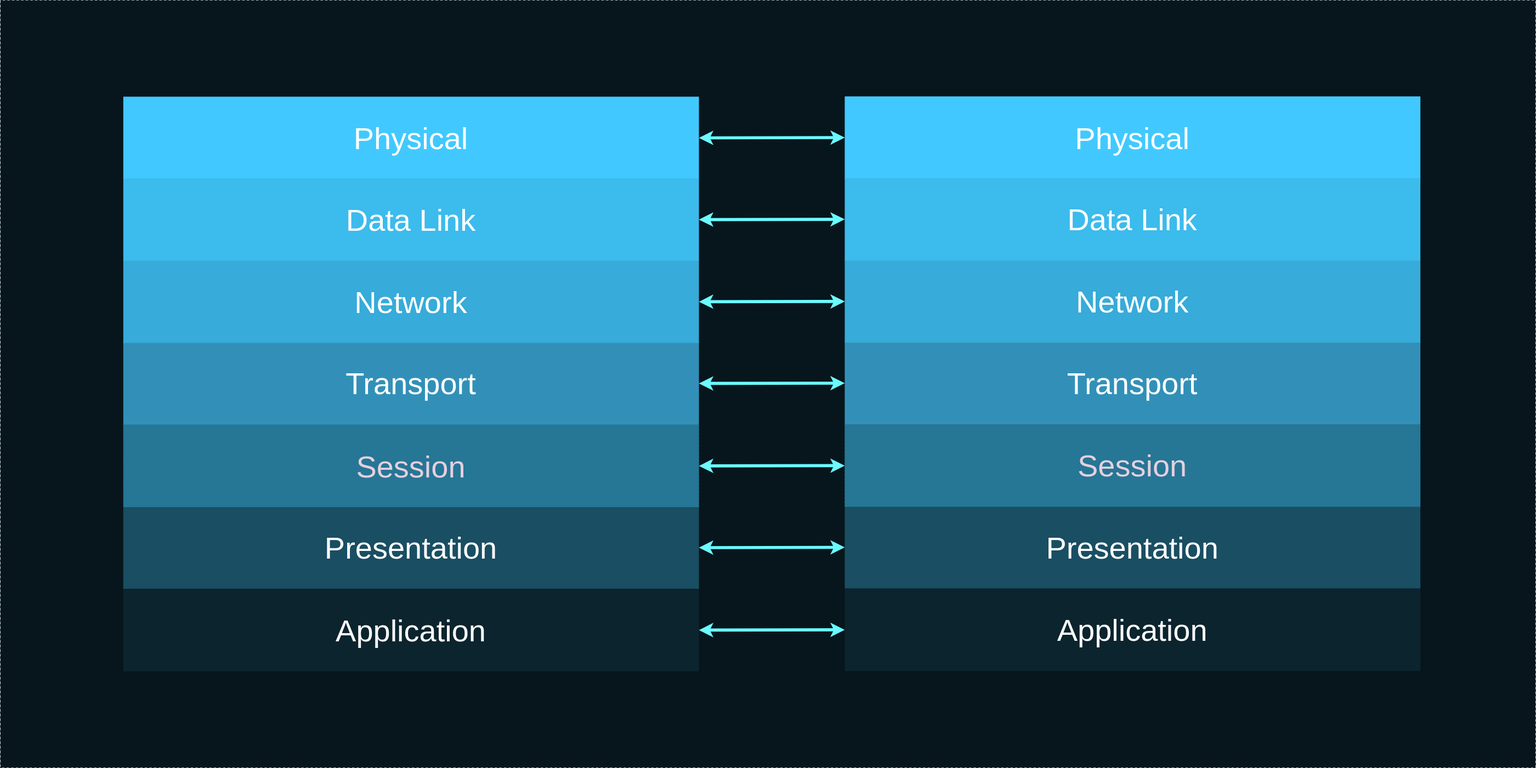
This is deck/ru/diagrams/caOSI1.svg from AlexanderLapygin/ca-react-rest-api-starter, a draw.io export, as it was before one commit. Source tidied: cells renumbered, new cells last; positions are measured from the earlier drawing's top-left corner, leaving out a move shared by most shapes.
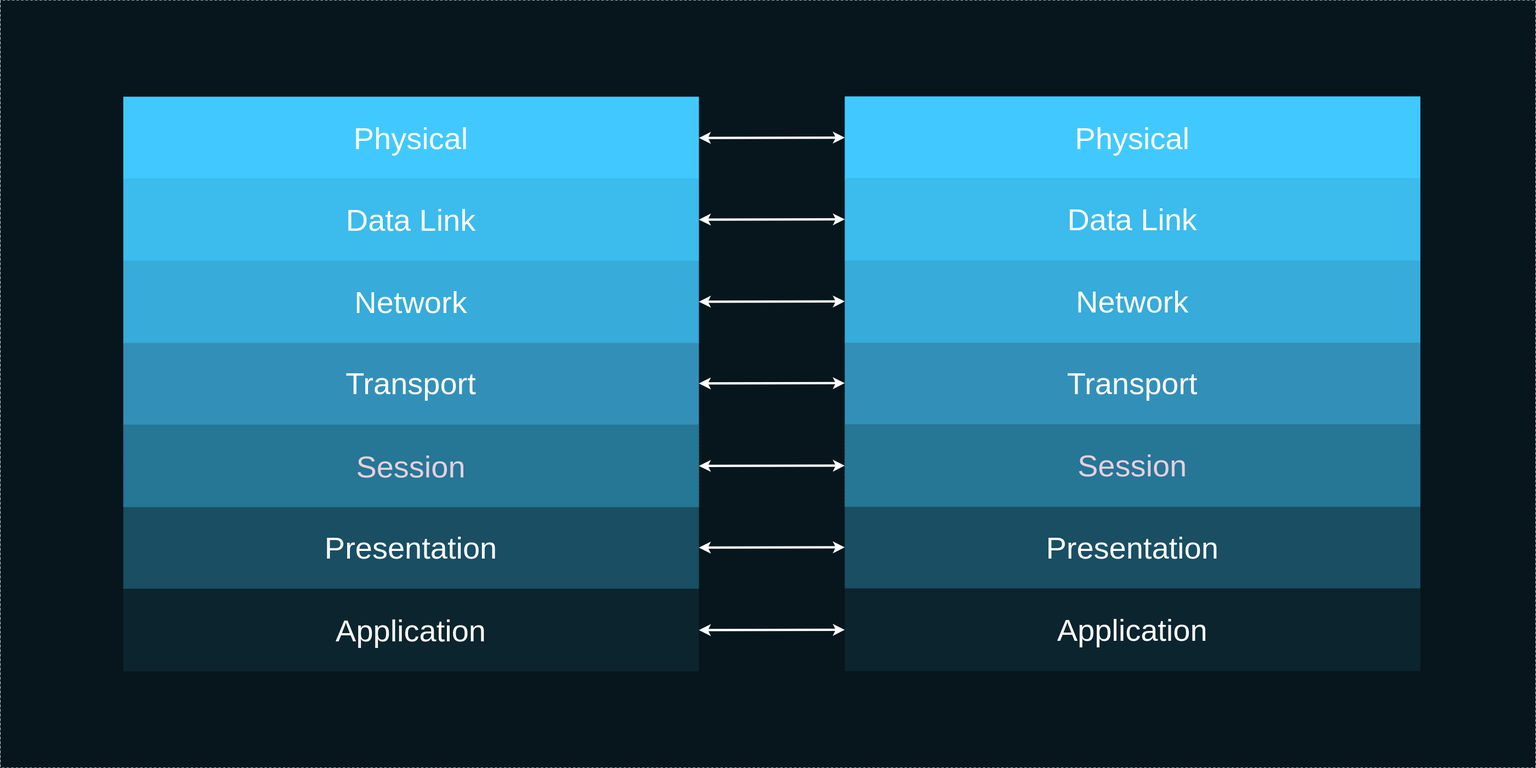
The same file after the commit.

What changed in the source:
```diff
@@ -65,25 +65,25 @@
     <mxCell id="22" value="&lt;font color=&quot;#ffffff&quot;&gt;Data Link&lt;/font&gt;" style="rounded=0;whiteSpace=wrap;html=1;dashed=1;dashPattern=1 4;labelBackgroundColor=none;fillColor=#3CBBED;fontSize=40;fontColor=#0C242E;strokeColor=none;" parent="14" vertex="1">
       <mxGeometry y="106.5" width="750" height="107.5" as="geometry" />
     </mxCell>
-    <mxCell id="23" style="endArrow=classic;startArrow=classic;html=1;strokeColor=#6BFAFF;strokeWidth=4;fontSize=40;fontColor=#FFFFFF;entryX=0;entryY=0.5;entryDx=0;entryDy=0;exitX=1;exitY=0.5;exitDx=0;exitDy=0;rounded=0;" parent="1" edge="1" source="10" target="20">
+    <mxCell id="23" style="endArrow=classic;startArrow=classic;html=1;strokeColor=#FFFFFF;strokeWidth=3;fontSize=40;fontColor=#FFFFFF;entryX=0;entryY=0.5;entryDx=0;entryDy=0;exitX=1;exitY=0.5;exitDx=0;exitDy=0;rounded=0;" parent="1" edge="1" source="10" target="20">
       <mxGeometry relative="1" as="geometry" />
     </mxCell>
-    <mxCell id="24" style="endArrow=classic;startArrow=classic;html=1;strokeColor=#6BFAFF;strokeWidth=4;fontSize=40;fontColor=#FFFFFF;entryX=0;entryY=0.5;entryDx=0;entryDy=0;exitX=1;exitY=0.5;exitDx=0;exitDy=0;rounded=0;" parent="1" edge="1" source="5" target="15">
+    <mxCell id="24" style="endArrow=classic;startArrow=classic;html=1;strokeColor=#FFFFFF;strokeWidth=3;fontSize=40;fontColor=#FFFFFF;entryX=0;entryY=0.5;entryDx=0;entryDy=0;exitX=1;exitY=0.5;exitDx=0;exitDy=0;rounded=0;" parent="1" edge="1" source="5" target="15">
       <mxGeometry relative="1" as="geometry" />
     </mxCell>
-    <mxCell id="25" style="endArrow=classic;startArrow=classic;html=1;strokeColor=#6BFAFF;strokeWidth=4;fontSize=40;fontColor=#FFFFFF;entryX=0;entryY=0.5;entryDx=0;entryDy=0;exitX=1;exitY=0.5;exitDx=0;exitDy=0;rounded=0;" parent="1" edge="1" source="9" target="19">
+    <mxCell id="25" style="endArrow=classic;startArrow=classic;html=1;strokeColor=#FFFFFF;strokeWidth=3;fontSize=40;fontColor=#FFFFFF;entryX=0;entryY=0.5;entryDx=0;entryDy=0;exitX=1;exitY=0.5;exitDx=0;exitDy=0;rounded=0;" parent="1" edge="1" source="9" target="19">
       <mxGeometry relative="1" as="geometry" />
     </mxCell>
-    <mxCell id="26" style="endArrow=classic;startArrow=classic;html=1;strokeColor=#6BFAFF;strokeWidth=4;fontSize=40;fontColor=#FFFFFF;entryX=0;entryY=0.5;entryDx=0;entryDy=0;exitX=1;exitY=0.5;exitDx=0;exitDy=0;rounded=0;" parent="1" edge="1" source="7" target="17">
+    <mxCell id="26" style="endArrow=classic;startArrow=classic;html=1;strokeColor=#FFFFFF;strokeWidth=3;fontSize=40;fontColor=#FFFFFF;entryX=0;entryY=0.5;entryDx=0;entryDy=0;exitX=1;exitY=0.5;exitDx=0;exitDy=0;rounded=0;" parent="1" edge="1" source="7" target="17">
       <mxGeometry relative="1" as="geometry" />
     </mxCell>
-    <mxCell id="27" style="endArrow=classic;startArrow=classic;html=1;strokeColor=#6BFAFF;strokeWidth=4;fontSize=40;fontColor=#FFFFFF;entryX=0;entryY=0.5;entryDx=0;entryDy=0;exitX=1;exitY=0.5;exitDx=0;exitDy=0;rounded=0;" parent="1" edge="1" source="8" target="18">
+    <mxCell id="27" style="endArrow=classic;startArrow=classic;html=1;strokeColor=#FFFFFF;strokeWidth=3;fontSize=40;fontColor=#FFFFFF;entryX=0;entryY=0.5;entryDx=0;entryDy=0;exitX=1;exitY=0.5;exitDx=0;exitDy=0;rounded=0;" parent="1" edge="1" source="8" target="18">
       <mxGeometry relative="1" as="geometry" />
     </mxCell>
-    <mxCell id="28" style="endArrow=classic;startArrow=classic;html=1;strokeColor=#6BFAFF;strokeWidth=4;fontSize=40;fontColor=#FFFFFF;entryX=0;entryY=0.5;entryDx=0;entryDy=0;exitX=1;exitY=0.5;exitDx=0;exitDy=0;rounded=0;" parent="1" edge="1" source="12" target="22">
+    <mxCell id="28" style="endArrow=classic;startArrow=classic;html=1;strokeColor=#FFFFFF;strokeWidth=3;fontSize=40;fontColor=#FFFFFF;entryX=0;entryY=0.5;entryDx=0;entryDy=0;exitX=1;exitY=0.5;exitDx=0;exitDy=0;rounded=0;" parent="1" edge="1" source="12" target="22">
       <mxGeometry relative="1" as="geometry" />
     </mxCell>
-    <mxCell id="29" style="endArrow=classic;startArrow=classic;html=1;strokeColor=#6BFAFF;strokeWidth=4;fontSize=40;fontColor=#FFFFFF;entryX=0;entryY=0.5;entryDx=0;entryDy=0;exitX=1;exitY=0.5;exitDx=0;exitDy=0;rounded=0;" parent="1" edge="1" source="11" target="21">
+    <mxCell id="29" style="endArrow=classic;startArrow=classic;html=1;strokeColor=#FFFFFF;strokeWidth=3;fontSize=40;fontColor=#FFFFFF;entryX=0;entryY=0.5;entryDx=0;entryDy=0;exitX=1;exitY=0.5;exitDx=0;exitDy=0;rounded=0;" parent="1" edge="1" source="11" target="21">
       <mxGeometry relative="1" as="geometry" />
     </mxCell>
   </root>
```
